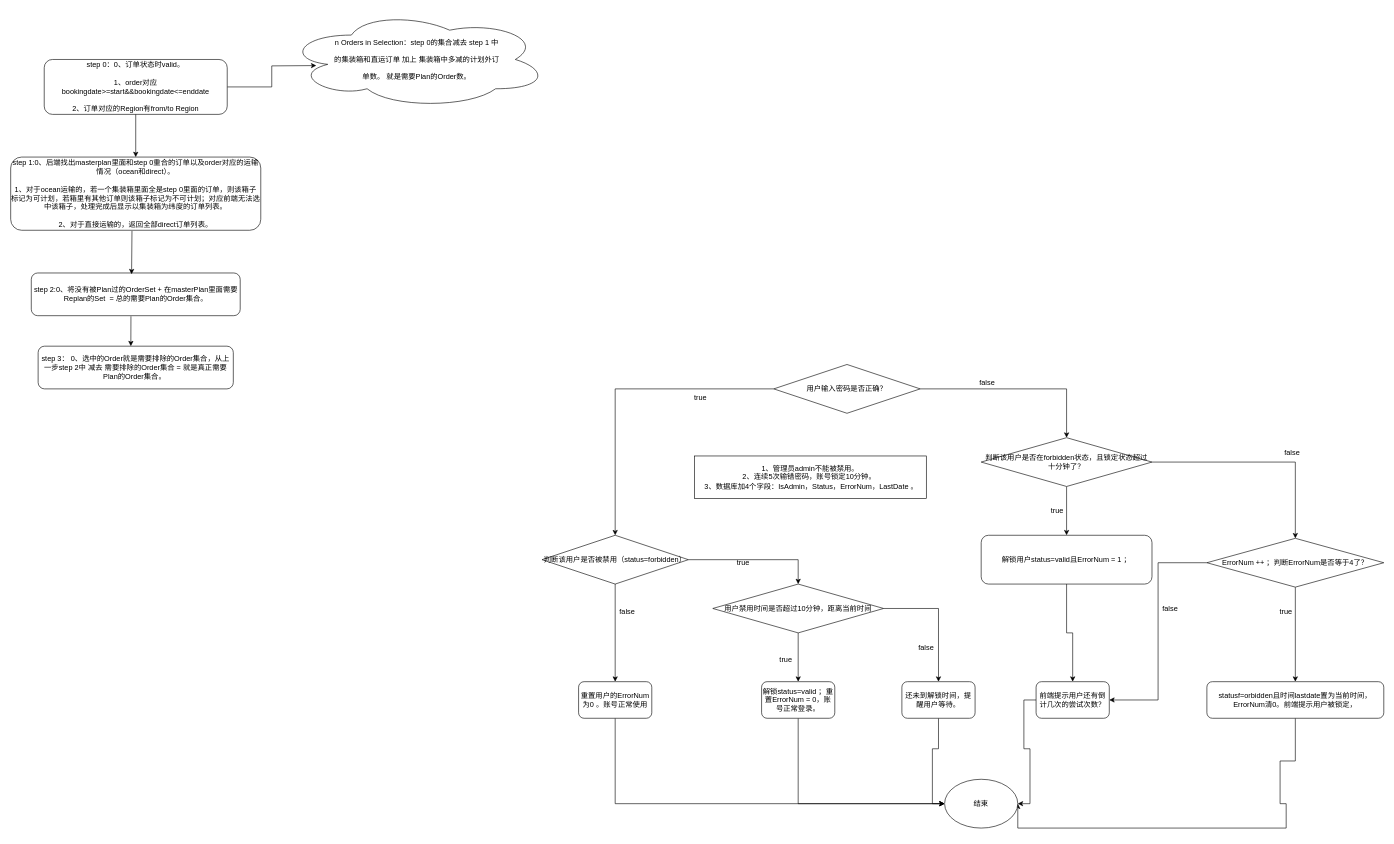
This is Untitled Diagram.drawio from qwertdafgdfg/java_Web-Shop, a draw.io file, before an edit. Source tidied: cells renumbered, new cells numbered last; positions are measured from the earlier drawing's top-left corner, leaving out a move shared by most shapes. Both pictures are drawn from the tidied source at 61%, with x=0, y=0 at pixel (10, 10).
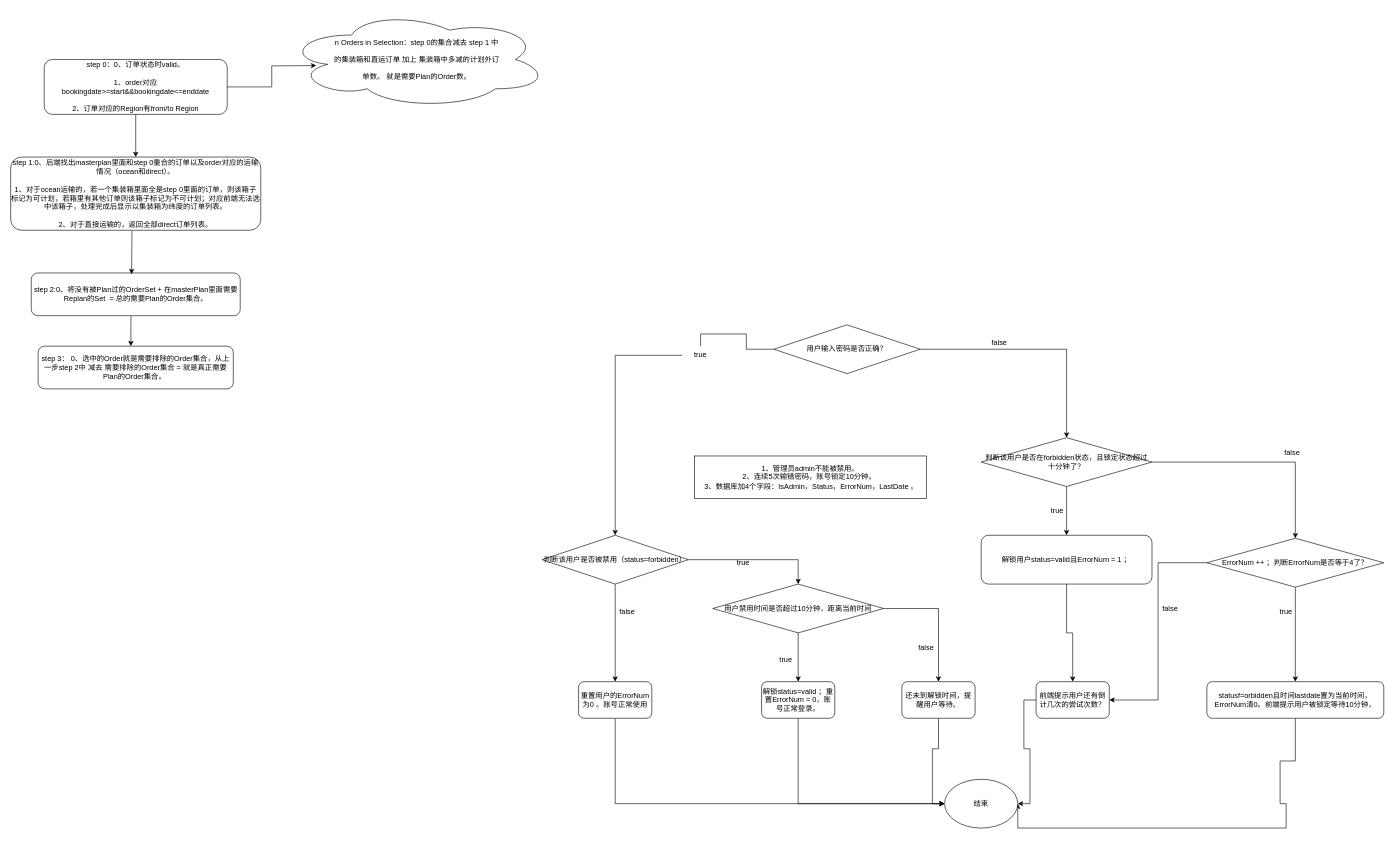
After the change.

Commit message:
用户登录密码错误账号锁定功能简介

Unchanged cells that the change refers to:
```xml
<mxCell id="15" value="判断该用户是否被禁用（status=forbidden）" style="rhombus;whiteSpace=wrap;html=1;" parent="1" vertex="1">
  <mxGeometry x="871" y="860" width="240" height="80" as="geometry" />
</mxCell>
```

Diff of the diagram source:
```diff
@@
-    <mxCell id="11" style="edgeStyle=orthogonalEdgeStyle;rounded=0;jettySize=auto;html=1;entryX=0.5;entryY=0;entryDx=0;entryDy=0;" parent="1" edge="1" source="13" target="15">
-      <mxGeometry relative="1" as="geometry" />
+    <mxCell id="11" style="edgeStyle=orthogonalEdgeStyle;rounded=0;jettySize=auto;html=1;entryX=0.5;entryY=0;entryDx=0;entryDy=0;startArrow=none;" parent="1" edge="1" source="16" target="15">
+      <mxGeometry relative="1" as="geometry">
+        <Array as="points">
+          <mxPoint x="991" y="565" />
+        </Array>
+      </mxGeometry>
     </mxCell>
@@
     <mxCell id="13" value="用户输入密码是否正确？" style="rhombus;whiteSpace=wrap;html=1;" parent="1" vertex="1">
-      <mxGeometry x="1251" y="580" width="240" height="80" as="geometry" />
+      <mxGeometry x="1251" y="515" width="240" height="80" as="geometry" />
     </mxCell>
@@
-    <mxCell id="16" value="true" style="text;html=1;strokeColor=none;fillColor=none;align=center;verticalAlign=middle;whiteSpace=wrap;rounded=0;" parent="1" vertex="1">
-      <mxGeometry x="1101" y="620" width="60" height="30" as="geometry" />
-    </mxCell>
@@
     <mxCell id="34" value="false" style="text;html=1;strokeColor=none;fillColor=none;align=center;verticalAlign=middle;whiteSpace=wrap;rounded=0;" parent="1" vertex="1">
-      <mxGeometry x="1571" y="595" width="60" height="30" as="geometry" />
+      <mxGeometry x="1591" y="530" width="60" height="30" as="geometry" />
     </mxCell>
@@
-    <mxCell id="39" value="statusf=orbidden且时间lastdate置为当前时间，ErrorNum清0。前端提示用户被锁定，" style="rounded=1;whiteSpace=wrap;html=1;" parent="1" vertex="1">
+    <mxCell id="39" value="statusf=orbidden且时间lastdate置为当前时间，ErrorNum清0。前端提示用户被锁定等待10分钟，" style="rounded=1;whiteSpace=wrap;html=1;" parent="1" vertex="1">
       <mxGeometry x="1961" y="1100" width="290" height="60" as="geometry" />
     </mxCell>
@@
+    <mxCell id="16" value="true" style="text;html=1;strokeColor=none;fillColor=none;align=center;verticalAlign=middle;whiteSpace=wrap;rounded=0;" parent="1" vertex="1">
+      <mxGeometry x="1101" y="550" width="60" height="30" as="geometry" />
+    </mxCell>
+    <mxCell id="50" style="edgeStyle=orthogonalEdgeStyle;rounded=0;jettySize=auto;html=1;entryX=0.5;entryY=0;entryDx=0;entryDy=0;endArrow=none;" parent="1" edge="1" source="13" target="16">
+      <mxGeometry relative="1" as="geometry" />
+    </mxCell>
```
